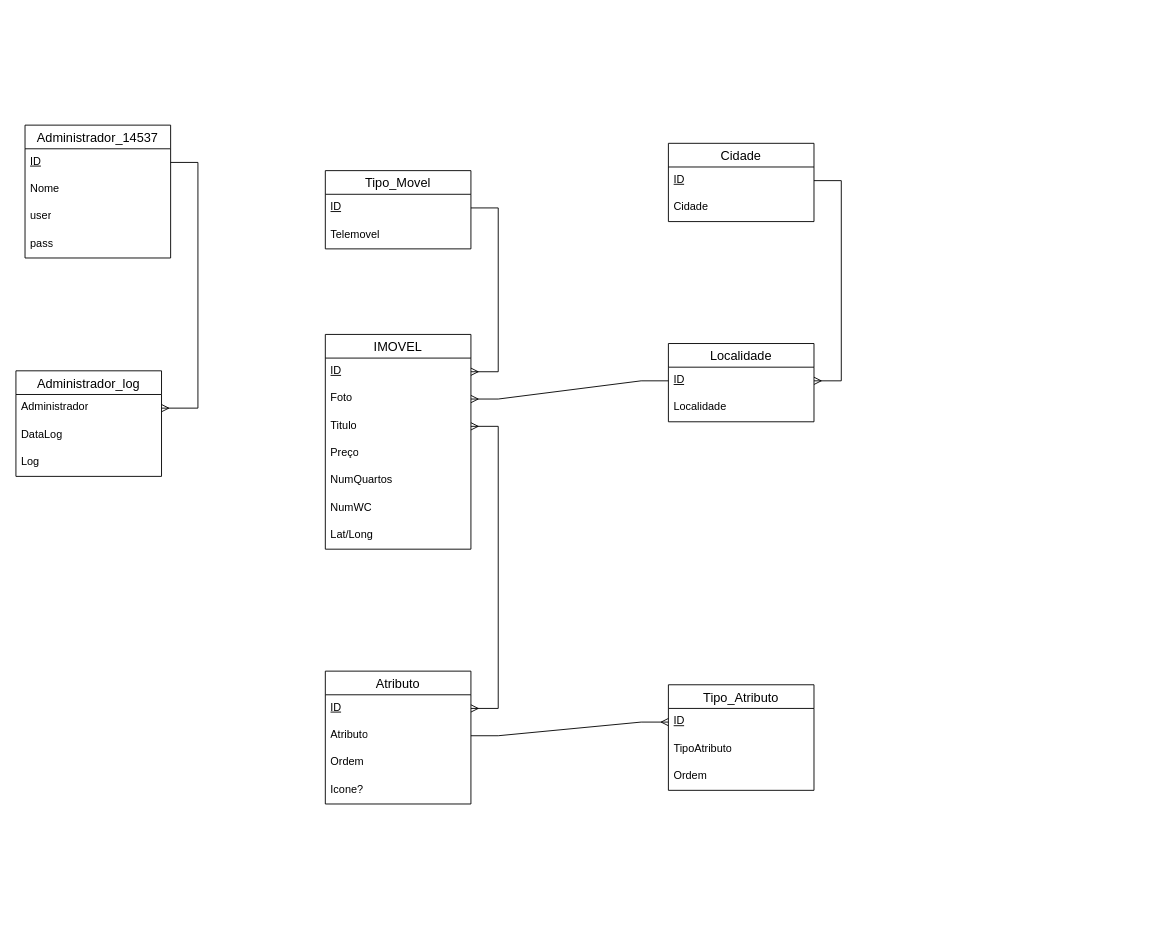
The draw.io diagram 2P-PROG-UFCD-0811-TRABALHO1-14537.drawio in sc6as/diagrama_escolar.drawio, before the edit. Source tidied: cells renumbered, new cells numbered last; positions are measured from the earlier drawing's top-left corner, leaving out a move shared by most shapes. Both pictures are drawn from the tidied source at 91%, with x=0, y=0 at pixel (15, 125).
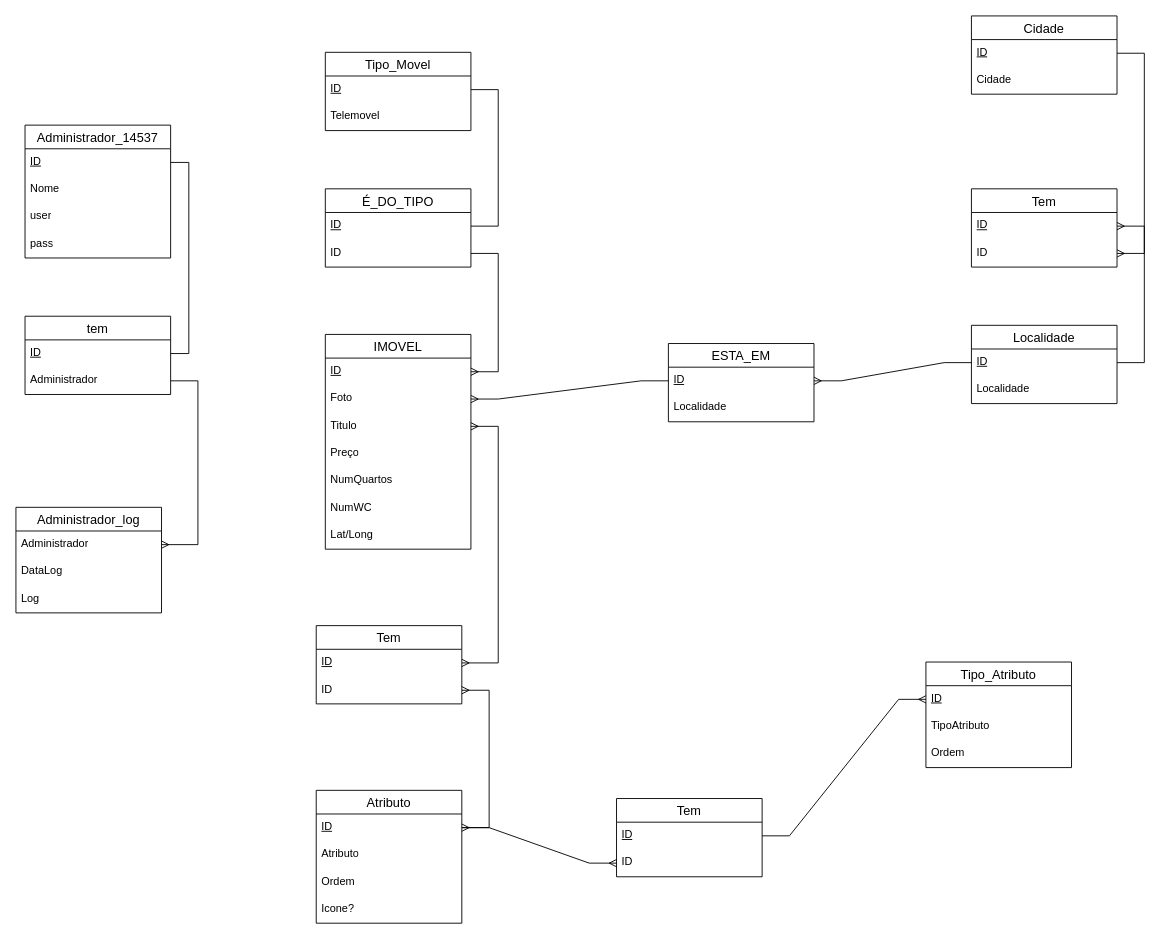
Above is the later version.

The change refers to these unchanged cells:
```xml
<mxCell id="3" value="Administrador" style="text;strokeColor=none;fillColor=none;spacingLeft=4;spacingRight=4;overflow=hidden;points=[[0,0.5],[1,0.5]];portConstraint=eastwest;fontSize=12;whiteSpace=wrap;html=1;" parent="2" vertex="1">
  <mxGeometry y="26" width="160" height="30" as="geometry" />
</mxCell>
<mxCell id="7" value="&lt;u&gt;ID&lt;/u&gt;" style="text;strokeColor=none;fillColor=none;spacingLeft=4;spacingRight=4;overflow=hidden;points=[[0,0.5],[1,0.5]];portConstraint=eastwest;fontSize=12;whiteSpace=wrap;html=1;" parent="6" vertex="1">
  <mxGeometry y="26" width="160" height="30" as="geometry" />
</mxCell>
<mxCell id="12" value="&lt;u&gt;ID&lt;/u&gt;" style="text;strokeColor=none;fillColor=none;spacingLeft=4;spacingRight=4;overflow=hidden;points=[[0,0.5],[1,0.5]];portConstraint=eastwest;fontSize=12;whiteSpace=wrap;html=1;" parent="11" vertex="1">
  <mxGeometry y="26" width="160" height="30" as="geometry" />
</mxCell>
<mxCell id="15" value="&lt;u&gt;ID&lt;/u&gt;" style="text;strokeColor=none;fillColor=none;spacingLeft=4;spacingRight=4;overflow=hidden;points=[[0,0.5],[1,0.5]];portConstraint=eastwest;fontSize=12;whiteSpace=wrap;html=1;" parent="14" vertex="1">
  <mxGeometry y="26" width="160" height="30" as="geometry" />
</mxCell>
<mxCell id="17" value="Titulo" style="text;strokeColor=none;fillColor=none;spacingLeft=4;spacingRight=4;overflow=hidden;points=[[0,0.5],[1,0.5]];portConstraint=eastwest;fontSize=12;whiteSpace=wrap;html=1;" parent="14" vertex="1">
  <mxGeometry y="86" width="160" height="30" as="geometry" />
</mxCell>
<mxCell id="23" value="&lt;u&gt;ID&lt;/u&gt;" style="text;strokeColor=none;fillColor=none;spacingLeft=4;spacingRight=4;overflow=hidden;points=[[0,0.5],[1,0.5]];portConstraint=eastwest;fontSize=12;whiteSpace=wrap;html=1;" parent="22" vertex="1">
  <mxGeometry y="26" width="160" height="30" as="geometry" />
</mxCell>
<mxCell id="26" value="&lt;u&gt;ID&lt;/u&gt;" style="text;strokeColor=none;fillColor=none;spacingLeft=4;spacingRight=4;overflow=hidden;points=[[0,0.5],[1,0.5]];portConstraint=eastwest;fontSize=12;whiteSpace=wrap;html=1;" parent="25" vertex="1">
  <mxGeometry y="26" width="160" height="30" as="geometry" />
</mxCell>
<mxCell id="29" value="&lt;u&gt;ID&lt;/u&gt;" style="text;strokeColor=none;fillColor=none;spacingLeft=4;spacingRight=4;overflow=hidden;points=[[0,0.5],[1,0.5]];portConstraint=eastwest;fontSize=12;whiteSpace=wrap;html=1;" parent="28" vertex="1">
  <mxGeometry y="26" width="160" height="30" as="geometry" />
</mxCell>
<mxCell id="30" value="Atributo" style="text;strokeColor=none;fillColor=none;spacingLeft=4;spacingRight=4;overflow=hidden;points=[[0,0.5],[1,0.5]];portConstraint=eastwest;fontSize=12;whiteSpace=wrap;html=1;" parent="28" vertex="1">
  <mxGeometry y="56" width="160" height="30" as="geometry" />
</mxCell>
<mxCell id="34" value="&lt;u&gt;ID&lt;/u&gt;" style="text;strokeColor=none;fillColor=none;spacingLeft=4;spacingRight=4;overflow=hidden;points=[[0,0.5],[1,0.5]];portConstraint=eastwest;fontSize=12;whiteSpace=wrap;html=1;" parent="33" vertex="1">
  <mxGeometry y="26" width="160" height="30" as="geometry" />
</mxCell>
```

The edit, as a diff of the source:
```diff
@@
     <mxCell id="2" value="Administrador_log" style="swimlane;fontStyle=0;horizontal=1;startSize=26;align=center;fontSize=14;" parent="1" vertex="1">
-      <mxGeometry y="270" width="160" height="116" as="geometry" />
+      <mxGeometry y="420" width="160" height="116" as="geometry" />
     </mxCell>
@@
     <mxCell id="11" value="Tipo_Movel" style="swimlane;fontStyle=0;horizontal=1;startSize=26;align=center;fontSize=14;" parent="1" vertex="1">
-      <mxGeometry x="340" y="50" width="160" height="86" as="geometry" />
+      <mxGeometry x="340" y="-80" width="160" height="86" as="geometry" />
     </mxCell>
@@
-    <mxCell id="22" value="Localidade" style="swimlane;fontStyle=0;horizontal=1;startSize=26;align=center;fontSize=14;" parent="1" vertex="1">
+    <mxCell id="22" value="ESTA_EM" style="swimlane;fontStyle=0;horizontal=1;startSize=26;align=center;fontSize=14;" parent="1" vertex="1">
       <mxGeometry x="717" y="240" width="160" height="86" as="geometry" />
     </mxCell>
@@
     <mxCell id="25" value="Cidade" style="swimlane;fontStyle=0;horizontal=1;startSize=26;align=center;fontSize=14;" parent="1" vertex="1">
-      <mxGeometry x="717" y="20" width="160" height="86" as="geometry" />
+      <mxGeometry x="1050" y="-120" width="160" height="86" as="geometry" />
     </mxCell>
@@
     <mxCell id="28" value="Atributo" style="swimlane;fontStyle=0;horizontal=1;startSize=26;align=center;fontSize=14;" parent="1" vertex="1">
-      <mxGeometry x="340" y="600" width="160" height="146" as="geometry" />
+      <mxGeometry x="330" y="731" width="160" height="146" as="geometry" />
     </mxCell>
@@
     <mxCell id="33" value="Tipo_Atributo" style="swimlane;fontStyle=0;horizontal=1;startSize=26;align=center;fontSize=14;" parent="1" vertex="1">
-      <mxGeometry x="717" y="615" width="160" height="116" as="geometry" />
+      <mxGeometry x="1000" y="590" width="160" height="116" as="geometry" />
     </mxCell>
@@
-    <mxCell id="37" style="edgeStyle=entityRelationEdgeStyle;fontSize=12;html=1;endArrow=ERmany;rounded=0;" parent="1" edge="1" source="7" target="3">
+    <mxCell id="37" style="edgeStyle=entityRelationEdgeStyle;fontSize=12;html=1;endArrow=ERmany;rounded=0;" parent="1" edge="1" source="45" target="3">
       <mxGeometry relative="1" as="geometry" />
     </mxCell>
-    <mxCell id="38" style="edgeStyle=entityRelationEdgeStyle;fontSize=12;html=1;endArrow=ERmany;rounded=0;" parent="1" edge="1" source="12" target="15">
+    <mxCell id="38" style="edgeStyle=entityRelationEdgeStyle;fontSize=12;html=1;endArrow=ERmany;rounded=0;" parent="1" edge="1" source="49" target="15">
       <mxGeometry relative="1" as="geometry" />
     </mxCell>
-    <mxCell id="39" style="edgeStyle=entityRelationEdgeStyle;fontSize=12;html=1;endArrow=ERmany;startArrow=ERmany;rounded=0;" parent="1" edge="1" source="29" target="17">
+    <mxCell id="39" style="edgeStyle=entityRelationEdgeStyle;fontSize=12;html=1;endArrow=ERmany;startArrow=ERmany;rounded=0;" parent="1" edge="1" source="52" target="17">
       <mxGeometry relative="1" as="geometry" />
     </mxCell>
-    <mxCell id="40" style="edgeStyle=entityRelationEdgeStyle;fontSize=12;html=1;endArrow=ERmany;rounded=0;" parent="1" edge="1" source="30" target="34">
+    <mxCell id="40" style="edgeStyle=entityRelationEdgeStyle;fontSize=12;html=1;endArrow=ERmany;rounded=0;" parent="1" edge="1" source="29" target="57">
       <mxGeometry relative="1" as="geometry" />
     </mxCell>
@@
-    <mxCell id="42" style="edgeStyle=entityRelationEdgeStyle;fontSize=12;html=1;endArrow=ERmany;rounded=0;" parent="1" edge="1" source="26" target="23">
+    <mxCell id="42" style="edgeStyle=entityRelationEdgeStyle;fontSize=12;html=1;endArrow=ERmany;rounded=0;" parent="1" edge="1" source="60" target="23">
       <mxGeometry relative="1" as="geometry" />
     </mxCell>
+    <mxCell id="43" value="tem" style="swimlane;fontStyle=0;horizontal=1;startSize=26;align=center;fontSize=14;" parent="1" vertex="1">
+      <mxGeometry x="10" y="210" width="160" height="86" as="geometry" />
+    </mxCell>
+    <mxCell id="44" value="&lt;u&gt;ID&lt;/u&gt;" style="text;strokeColor=none;fillColor=none;spacingLeft=4;spacingRight=4;overflow=hidden;points=[[0,0.5],[1,0.5]];portConstraint=eastwest;fontSize=12;whiteSpace=wrap;html=1;" parent="43" vertex="1">
+      <mxGeometry y="26" width="160" height="30" as="geometry" />
+    </mxCell>
+    <mxCell id="45" value="Administrador" style="text;strokeColor=none;fillColor=none;spacingLeft=4;spacingRight=4;overflow=hidden;points=[[0,0.5],[1,0.5]];portConstraint=eastwest;fontSize=12;whiteSpace=wrap;html=1;" parent="43" vertex="1">
+      <mxGeometry y="56" width="160" height="30" as="geometry" />
+    </mxCell>
+    <mxCell id="46" style="edgeStyle=orthogonalEdgeStyle;rounded=0;jettySize=auto;html=1;exitX=1;exitY=0.5;exitDx=0;exitDy=0;endArrow=none;endFill=0;" parent="1" edge="1" source="7" target="44">
+      <mxGeometry relative="1" as="geometry" />
+    </mxCell>
+    <mxCell id="47" value="É_DO_TIPO" style="swimlane;fontStyle=0;horizontal=1;startSize=26;align=center;fontSize=14;" parent="1" vertex="1">
+      <mxGeometry x="340" y="70" width="160" height="86" as="geometry" />
+    </mxCell>
+    <mxCell id="48" value="&lt;u&gt;ID&lt;/u&gt;" style="text;strokeColor=none;fillColor=none;spacingLeft=4;spacingRight=4;overflow=hidden;points=[[0,0.5],[1,0.5]];portConstraint=eastwest;fontSize=12;whiteSpace=wrap;html=1;" parent="47" vertex="1">
+      <mxGeometry y="26" width="160" height="30" as="geometry" />
+    </mxCell>
+    <mxCell id="49" value="ID" style="text;strokeColor=none;fillColor=none;spacingLeft=4;spacingRight=4;overflow=hidden;points=[[0,0.5],[1,0.5]];portConstraint=eastwest;fontSize=12;whiteSpace=wrap;html=1;" parent="47" vertex="1">
+      <mxGeometry y="56" width="160" height="30" as="geometry" />
+    </mxCell>
+    <mxCell id="50" style="edgeStyle=entityRelationEdgeStyle;fontSize=12;html=1;endArrow=none;rounded=0;endFill=0;" parent="1" edge="1" source="12" target="48">
+      <mxGeometry relative="1" as="geometry" />
+    </mxCell>
+    <mxCell id="51" value="Tem" style="swimlane;fontStyle=0;horizontal=1;startSize=26;align=center;fontSize=14;" parent="1" vertex="1">
+      <mxGeometry x="330" y="550" width="160" height="86" as="geometry" />
+    </mxCell>
+    <mxCell id="52" value="&lt;u&gt;ID&lt;/u&gt;" style="text;strokeColor=none;fillColor=none;spacingLeft=4;spacingRight=4;overflow=hidden;points=[[0,0.5],[1,0.5]];portConstraint=eastwest;fontSize=12;whiteSpace=wrap;html=1;" parent="51" vertex="1">
+      <mxGeometry y="26" width="160" height="30" as="geometry" />
+    </mxCell>
+    <mxCell id="53" value="ID" style="text;strokeColor=none;fillColor=none;spacingLeft=4;spacingRight=4;overflow=hidden;points=[[0,0.5],[1,0.5]];portConstraint=eastwest;fontSize=12;whiteSpace=wrap;html=1;" parent="51" vertex="1">
+      <mxGeometry y="56" width="160" height="30" as="geometry" />
+    </mxCell>
+    <mxCell id="54" style="edgeStyle=entityRelationEdgeStyle;fontSize=12;html=1;endArrow=ERmany;startArrow=ERmany;rounded=0;" parent="1" edge="1" source="29" target="53">
+      <mxGeometry relative="1" as="geometry" />
+    </mxCell>
+    <mxCell id="55" value="Tem" style="swimlane;fontStyle=0;horizontal=1;startSize=26;align=center;fontSize=14;" parent="1" vertex="1">
+      <mxGeometry x="660" y="740" width="160" height="86" as="geometry" />
+    </mxCell>
+    <mxCell id="56" value="&lt;u&gt;ID&lt;/u&gt;" style="text;strokeColor=none;fillColor=none;spacingLeft=4;spacingRight=4;overflow=hidden;points=[[0,0.5],[1,0.5]];portConstraint=eastwest;fontSize=12;whiteSpace=wrap;html=1;" parent="55" vertex="1">
+      <mxGeometry y="26" width="160" height="30" as="geometry" />
+    </mxCell>
+    <mxCell id="57" value="ID" style="text;strokeColor=none;fillColor=none;spacingLeft=4;spacingRight=4;overflow=hidden;points=[[0,0.5],[1,0.5]];portConstraint=eastwest;fontSize=12;whiteSpace=wrap;html=1;" parent="55" vertex="1">
+      <mxGeometry y="56" width="160" height="30" as="geometry" />
+    </mxCell>
+    <mxCell id="58" style="edgeStyle=entityRelationEdgeStyle;fontSize=12;html=1;endArrow=ERmany;rounded=0;" parent="1" edge="1" source="56" target="34">
+      <mxGeometry relative="1" as="geometry" />
+    </mxCell>
+    <mxCell id="59" value="Localidade" style="swimlane;fontStyle=0;horizontal=1;startSize=26;align=center;fontSize=14;" parent="1" vertex="1">
+      <mxGeometry x="1050" y="220" width="160" height="86" as="geometry" />
+    </mxCell>
+    <mxCell id="60" value="&lt;u&gt;ID&lt;/u&gt;" style="text;strokeColor=none;fillColor=none;spacingLeft=4;spacingRight=4;overflow=hidden;points=[[0,0.5],[1,0.5]];portConstraint=eastwest;fontSize=12;whiteSpace=wrap;html=1;" parent="59" vertex="1">
+      <mxGeometry y="26" width="160" height="30" as="geometry" />
+    </mxCell>
+    <mxCell id="61" value="Localidade" style="text;strokeColor=none;fillColor=none;spacingLeft=4;spacingRight=4;overflow=hidden;fontSize=12;whiteSpace=wrap;html=1;" parent="59" vertex="1">
+      <mxGeometry y="56" width="160" height="30" as="geometry" />
+    </mxCell>
+    <mxCell id="62" value="Tem" style="swimlane;fontStyle=0;horizontal=1;startSize=26;align=center;fontSize=14;" parent="1" vertex="1">
+      <mxGeometry x="1050" y="70" width="160" height="86" as="geometry" />
+    </mxCell>
+    <mxCell id="63" value="&lt;u&gt;ID&lt;/u&gt;" style="text;strokeColor=none;fillColor=none;spacingLeft=4;spacingRight=4;overflow=hidden;points=[[0,0.5],[1,0.5]];portConstraint=eastwest;fontSize=12;whiteSpace=wrap;html=1;" parent="62" vertex="1">
+      <mxGeometry y="26" width="160" height="30" as="geometry" />
+    </mxCell>
+    <mxCell id="64" value="ID" style="text;strokeColor=none;fillColor=none;spacingLeft=4;spacingRight=4;overflow=hidden;points=[[0,0.5],[1,0.5]];portConstraint=eastwest;fontSize=12;whiteSpace=wrap;html=1;" parent="62" vertex="1">
+      <mxGeometry y="56" width="160" height="30" as="geometry" />
+    </mxCell>
+    <mxCell id="65" style="edgeStyle=entityRelationEdgeStyle;fontSize=12;html=1;endArrow=ERmany;rounded=0;" parent="1" edge="1" source="60" target="63">
+      <mxGeometry relative="1" as="geometry" />
+    </mxCell>
+    <mxCell id="66" style="edgeStyle=entityRelationEdgeStyle;fontSize=12;html=1;endArrow=ERmany;rounded=0;" parent="1" edge="1" source="26" target="64">
+      <mxGeometry relative="1" as="geometry" />
+    </mxCell>
```
